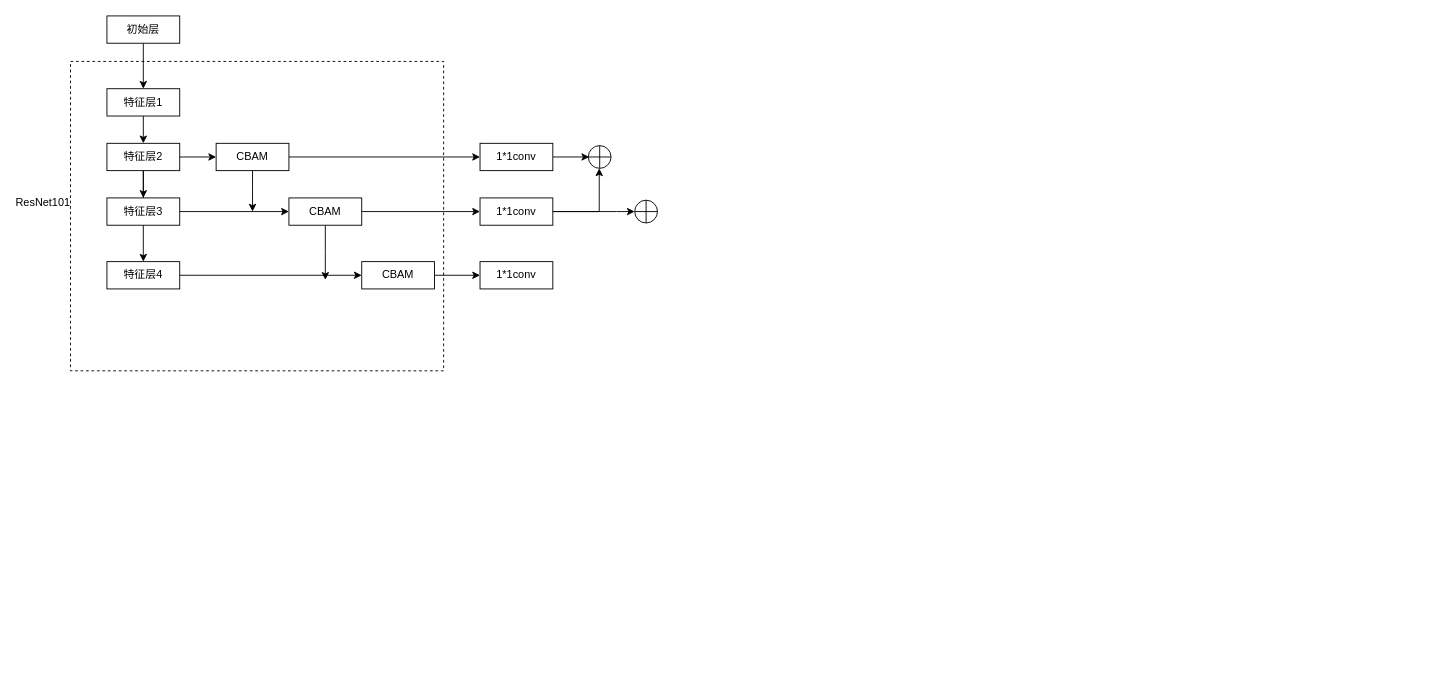
Earlier version of the draw.io diagram Untitled Diagram.drawio (mayingbo/CPlusPlusThings). Source tidied: cells renumbered, new cells numbered last; positions are measured from the earlier drawing's top-left corner, leaving out a move shared by most shapes. Both pictures are drawn from the tidied source at 91%, with x=0, y=0 at pixel (15, 15).
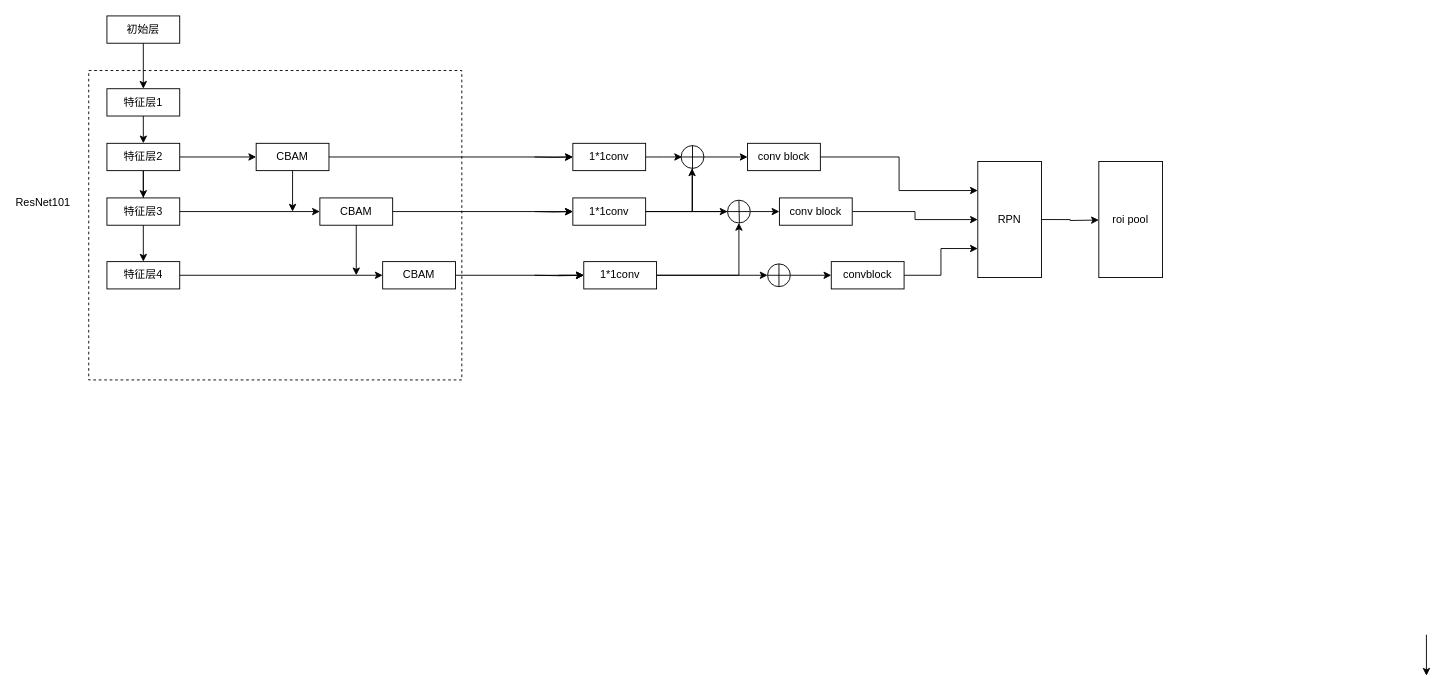
After the change.

Unchanged cells that the change refers to:
```xml
<mxCell id="12" value="特征层3" style="rounded=0;whiteSpace=wrap;html=1;" parent="1" vertex="1">
  <mxGeometry x="100" y="200" width="80" height="30" as="geometry" />
</mxCell>
```

Change to the diagram source:
```diff
@@
     <mxCell id="2" style="rounded=0;whiteSpace=wrap;html=1;dashed=1;" parent="1" vertex="1">
-      <mxGeometry x="60" y="50" width="410" height="340" as="geometry" />
+      <mxGeometry x="80" y="60" width="410" height="340" as="geometry" />
     </mxCell>
@@
-    <mxCell id="11" style="edgeStyle=orthogonalEdgeStyle;rounded=0;jettySize=auto;html=1;exitX=1;exitY=0.5;exitDx=0;exitDy=0;entryX=0;entryY=0.5;entryDx=0;entryDy=0;" parent="1" edge="1" source="12" target="21">
+    <mxCell id="11" style="edgeStyle=orthogonalEdgeStyle;rounded=0;sketch=0;jettySize=auto;html=1;exitX=1;exitY=0.5;exitDx=0;exitDy=0;entryX=0;entryY=0.5;entryDx=0;entryDy=0;shadow=0;startArrow=none;startFill=0;endArrow=classic;endFill=1;strokeColor=default;" parent="1" edge="1" source="12" target="21">
       <mxGeometry relative="1" as="geometry" />
     </mxCell>
@@
-    <mxCell id="16" style="edgeStyle=orthogonalEdgeStyle;rounded=0;jettySize=auto;html=1;exitX=0.5;exitY=1;exitDx=0;exitDy=0;" parent="1" edge="1" source="18">
-      <mxGeometry relative="1" as="geometry">
-        <mxPoint x="260" y="215" as="targetPoint" />
-      </mxGeometry>
-    </mxCell>
-    <mxCell id="17" style="edgeStyle=orthogonalEdgeStyle;rounded=0;jettySize=auto;html=1;exitX=1;exitY=0.5;exitDx=0;exitDy=0;entryX=0;entryY=0.5;entryDx=0;entryDy=0;" parent="1" edge="1" source="18" target="25">
-      <mxGeometry relative="1" as="geometry" />
+    <mxCell id="17" style="edgeStyle=orthogonalEdgeStyle;rounded=0;jettySize=auto;html=1;exitX=1;exitY=0.5;exitDx=0;exitDy=0;entryX=0;entryY=0.5;entryDx=0;entryDy=0;startArrow=none;" parent="1" edge="1" target="25">
+      <mxGeometry relative="1" as="geometry">
+        <mxPoint x="570" y="155" as="sourcePoint" />
+      </mxGeometry>
     </mxCell>
     <mxCell id="18" value="CBAM" style="rounded=0;whiteSpace=wrap;html=1;" parent="1" vertex="1">
-      <mxGeometry x="220" y="140" width="80" height="30" as="geometry" />
+      <mxGeometry x="264" y="140" width="80" height="30" as="geometry" />
     </mxCell>
-    <mxCell id="19" style="edgeStyle=orthogonalEdgeStyle;rounded=0;jettySize=auto;html=1;exitX=0.5;exitY=1;exitDx=0;exitDy=0;" parent="1" edge="1" source="21">
-      <mxGeometry relative="1" as="geometry">
-        <mxPoint x="340" y="290" as="targetPoint" />
-      </mxGeometry>
-    </mxCell>
-    <mxCell id="20" style="edgeStyle=orthogonalEdgeStyle;rounded=0;jettySize=auto;html=1;exitX=1;exitY=0.5;exitDx=0;exitDy=0;entryX=0;entryY=0.5;entryDx=0;entryDy=0;" parent="1" edge="1" source="21" target="27">
-      <mxGeometry relative="1" as="geometry" />
+    <mxCell id="20" style="edgeStyle=orthogonalEdgeStyle;rounded=0;jettySize=auto;html=1;exitX=1;exitY=0.5;exitDx=0;exitDy=0;entryX=0;entryY=0.5;entryDx=0;entryDy=0;startArrow=none;" parent="1" edge="1" target="27">
+      <mxGeometry relative="1" as="geometry">
+        <mxPoint x="570" y="215" as="sourcePoint" />
+      </mxGeometry>
     </mxCell>
     <mxCell id="21" value="CBAM" style="rounded=0;whiteSpace=wrap;html=1;" parent="1" vertex="1">
-      <mxGeometry x="300" y="200" width="80" height="30" as="geometry" />
+      <mxGeometry x="334" y="200" width="80" height="30" as="geometry" />
     </mxCell>
-    <mxCell id="22" style="edgeStyle=orthogonalEdgeStyle;rounded=0;jettySize=auto;html=1;exitX=1;exitY=0.5;exitDx=0;exitDy=0;entryX=0;entryY=0.5;entryDx=0;entryDy=0;" parent="1" edge="1" source="23" target="28">
-      <mxGeometry relative="1" as="geometry" />
+    <mxCell id="22" style="edgeStyle=orthogonalEdgeStyle;rounded=0;jettySize=auto;html=1;exitX=1;exitY=0.5;exitDx=0;exitDy=0;entryX=0;entryY=0.5;entryDx=0;entryDy=0;" parent="1" edge="1" target="28">
+      <mxGeometry relative="1" as="geometry">
+        <mxPoint x="596" y="285" as="sourcePoint" />
+      </mxGeometry>
     </mxCell>
+    <mxCell id="36" style="edgeStyle=orthogonalEdgeStyle;rounded=0;sketch=0;jettySize=auto;html=1;exitX=1;exitY=0.5;exitDx=0;exitDy=0;entryX=0;entryY=0.5;entryDx=0;entryDy=0;shadow=0;startArrow=none;startFill=0;endArrow=classic;endFill=1;strokeColor=default;" parent="1" edge="1" target="28">
+      <mxGeometry relative="1" as="geometry">
+        <mxPoint x="570" y="285" as="sourcePoint" />
+      </mxGeometry>
+    </mxCell>
     <mxCell id="23" value="CBAM" style="rounded=0;whiteSpace=wrap;html=1;" parent="1" vertex="1">
-      <mxGeometry x="380" y="270" width="80" height="30" as="geometry" />
+      <mxGeometry x="403" y="270" width="80" height="30" as="geometry" />
     </mxCell>
     <mxCell id="24" style="edgeStyle=orthogonalEdgeStyle;rounded=0;jettySize=auto;html=1;exitX=1;exitY=0.5;exitDx=0;exitDy=0;" parent="1" edge="1" source="25">
       <mxGeometry relative="1" as="geometry">
-        <mxPoint x="630" y="155" as="targetPoint" />
+        <mxPoint x="732" y="155" as="targetPoint" />
       </mxGeometry>
     </mxCell>
     <mxCell id="25" value="1*1conv" style="rounded=0;whiteSpace=wrap;html=1;" parent="1" vertex="1">
-      <mxGeometry x="510" y="140" width="80" height="30" as="geometry" />
+      <mxGeometry x="612" y="140" width="80" height="30" as="geometry" />
     </mxCell>
     <mxCell id="26" style="edgeStyle=orthogonalEdgeStyle;rounded=0;jettySize=auto;html=1;exitX=1;exitY=0.5;exitDx=0;exitDy=0;endArrow=classic;endFill=1;strokeColor=default;" parent="1" edge="1" source="27">
       <mxGeometry relative="1" as="geometry">
-        <mxPoint x="680" y="215" as="targetPoint" />
+        <mxPoint x="782" y="215" as="targetPoint" />
         <Array as="points">
-          <mxPoint x="660" y="215" />
-          <mxPoint x="660" y="215" />
+          <mxPoint x="762" y="215" />
+          <mxPoint x="762" y="215" />
         </Array>
       </mxGeometry>
     </mxCell>
     <mxCell id="27" value="1*1conv" style="rounded=0;whiteSpace=wrap;html=1;" parent="1" vertex="1">
-      <mxGeometry x="510" y="200" width="80" height="30" as="geometry" />
+      <mxGeometry x="612" y="200" width="80" height="30" as="geometry" />
     </mxCell>
+    <mxCell id="37" style="edgeStyle=orthogonalEdgeStyle;rounded=0;sketch=0;jettySize=auto;html=1;exitX=1;exitY=0.5;exitDx=0;exitDy=0;entryX=0.5;entryY=1;entryDx=0;entryDy=0;shadow=0;startArrow=none;startFill=0;endArrow=classic;endFill=1;strokeColor=default;" parent="1" edge="1" source="28" target="43">
+      <mxGeometry relative="1" as="geometry" />
+    </mxCell>
     <mxCell id="28" value="1*1conv" style="rounded=0;whiteSpace=wrap;html=1;" parent="1" vertex="1">
-      <mxGeometry x="510" y="270" width="80" height="30" as="geometry" />
+      <mxGeometry x="624" y="270" width="80" height="30" as="geometry" />
     </mxCell>
+    <mxCell id="38" style="edgeStyle=orthogonalEdgeStyle;rounded=0;sketch=0;jettySize=auto;html=1;exitX=1;exitY=0.5;exitDx=0;exitDy=0;entryX=0;entryY=0.5;entryDx=0;entryDy=0;shadow=0;startArrow=none;startFill=0;endArrow=classic;endFill=1;strokeColor=default;" parent="1" edge="1" source="29" target="47">
+      <mxGeometry relative="1" as="geometry" />
+    </mxCell>
     <mxCell id="29" style="ellipse;whiteSpace=wrap;html=1;" parent="1" vertex="1">
-      <mxGeometry x="629" y="142.5" width="25" height="25" as="geometry" />
+      <mxGeometry x="731" y="142.5" width="25" height="25" as="geometry" />
     </mxCell>
@@
     <mxCell id="32" style="endArrow=classic;html=1;rounded=0;shadow=0;sketch=0;strokeColor=default;exitX=1;exitY=0.5;exitDx=0;exitDy=0;" parent="1" edge="1" source="27">
       <mxGeometry relative="1" as="geometry">
-        <mxPoint x="641" y="167.5" as="targetPoint" />
+        <mxPoint x="743" y="167.5" as="targetPoint" />
         <Array as="points">
-          <mxPoint x="641" y="215" />
+          <mxPoint x="743" y="215" />
         </Array>
       </mxGeometry>
     </mxCell>
+    <mxCell id="39" style="edgeStyle=orthogonalEdgeStyle;rounded=0;sketch=0;jettySize=auto;html=1;shadow=0;startArrow=none;startFill=0;endArrow=none;endFill=0;strokeColor=default;" parent="1" edge="1" source="33" target="29">
+      <mxGeometry relative="1" as="geometry" />
+    </mxCell>
+    <mxCell id="40" style="edgeStyle=orthogonalEdgeStyle;rounded=0;sketch=0;jettySize=auto;html=1;exitX=0.5;exitY=1;exitDx=0;exitDy=0;entryX=1;entryY=0.5;entryDx=0;entryDy=0;shadow=0;startArrow=classic;startFill=1;endArrow=none;endFill=0;strokeColor=default;" parent="1" edge="1" source="33" target="28">
+      <mxGeometry relative="1" as="geometry" />
+    </mxCell>
+    <mxCell id="41" style="edgeStyle=orthogonalEdgeStyle;rounded=0;sketch=0;jettySize=auto;html=1;exitX=1;exitY=0.5;exitDx=0;exitDy=0;entryX=0;entryY=0.5;entryDx=0;entryDy=0;shadow=0;startArrow=none;startFill=0;endArrow=classic;endFill=1;strokeColor=default;" parent="1" edge="1" source="33" target="49">
+      <mxGeometry relative="1" as="geometry" />
+    </mxCell>
     <mxCell id="33" style="ellipse;whiteSpace=wrap;html=1;" parent="1" vertex="1">
-      <mxGeometry x="680" y="202.5" width="25" height="25" as="geometry" />
+      <mxGeometry x="782" y="202.5" width="25" height="25" as="geometry" />
     </mxCell>
@@
-    <mxCell id="35" style="edgeStyle=orthogonalEdgeStyle;rounded=0;orthogonalLoop=1;jettySize=auto;html=1;exitX=0.5;exitY=0;exitDx=0;exitDy=0;entryX=0.5;entryY=1;entryDx=0;entryDy=0;startArrow=none;startFill=0;endArrow=none;endFill=0;strokeColor=default;" parent="1" edge="1" source="33" target="33">
-      <mxGeometry relative="1" as="geometry" />
+    <mxCell id="35" style="edgeStyle=orthogonalEdgeStyle;rounded=0;jettySize=auto;html=1;exitX=0.5;exitY=0;exitDx=0;exitDy=0;startArrow=none;startFill=0;endArrow=none;endFill=0;strokeColor=default;" parent="1" edge="1" source="33">
+      <mxGeometry relative="1" as="geometry">
+        <mxPoint x="795" y="228" as="targetPoint" />
+        <Array as="points">
+          <mxPoint x="795" y="203" />
+          <mxPoint x="795" y="203" />
+        </Array>
+      </mxGeometry>
     </mxCell>
+    <mxCell id="42" style="edgeStyle=orthogonalEdgeStyle;rounded=0;sketch=0;jettySize=auto;html=1;exitX=0.5;exitY=0;exitDx=0;exitDy=0;entryX=0;entryY=0.5;entryDx=0;entryDy=0;shadow=0;startArrow=none;startFill=0;endArrow=classic;endFill=1;strokeColor=default;" parent="1" edge="1" source="43" target="51">
+      <mxGeometry relative="1" as="geometry" />
+    </mxCell>
+    <mxCell id="43" style="ellipse;whiteSpace=wrap;html=1;direction=south;" parent="1" vertex="1">
+      <mxGeometry x="826" y="272.5" width="25" height="25" as="geometry" />
+    </mxCell>
+    <mxCell id="44" style="edgeStyle=orthogonalEdgeStyle;rounded=0;orthogonalLoop=1;jettySize=auto;html=1;exitX=0;exitY=0.5;exitDx=0;exitDy=0;entryX=1;entryY=0.5;entryDx=0;entryDy=0;strokeColor=default;endArrow=none;endFill=0;" parent="1" edge="1" source="43" target="43">
+      <mxGeometry relative="1" as="geometry" />
+    </mxCell>
+    <mxCell id="45" style="edgeStyle=orthogonalEdgeStyle;rounded=0;sketch=0;orthogonalLoop=1;jettySize=auto;html=1;exitX=0.5;exitY=1;exitDx=0;exitDy=0;entryX=0.5;entryY=0;entryDx=0;entryDy=0;shadow=0;startArrow=none;startFill=0;endArrow=none;endFill=0;strokeColor=default;" parent="1" edge="1" source="43" target="43">
+      <mxGeometry relative="1" as="geometry" />
+    </mxCell>
+    <mxCell id="46" style="edgeStyle=orthogonalEdgeStyle;rounded=0;sketch=0;jettySize=auto;html=1;exitX=1;exitY=0.5;exitDx=0;exitDy=0;entryX=0;entryY=0.25;entryDx=0;entryDy=0;shadow=0;startArrow=none;startFill=0;endArrow=classic;endFill=1;strokeColor=default;" parent="1" edge="1" source="47" target="61">
+      <mxGeometry relative="1" as="geometry" />
+    </mxCell>
+    <mxCell id="47" value="conv block" style="rounded=0;whiteSpace=wrap;html=1;" parent="1" vertex="1">
+      <mxGeometry x="804" y="140" width="80" height="30" as="geometry" />
+    </mxCell>
+    <mxCell id="48" style="edgeStyle=orthogonalEdgeStyle;rounded=0;sketch=0;jettySize=auto;html=1;exitX=1;exitY=0.5;exitDx=0;exitDy=0;shadow=0;startArrow=none;startFill=0;endArrow=classic;endFill=1;strokeColor=default;" parent="1" edge="1" source="49" target="61">
+      <mxGeometry relative="1" as="geometry" />
+    </mxCell>
+    <mxCell id="49" value="conv block" style="rounded=0;whiteSpace=wrap;html=1;" parent="1" vertex="1">
+      <mxGeometry x="839" y="200" width="80" height="30" as="geometry" />
+    </mxCell>
+    <mxCell id="50" style="edgeStyle=orthogonalEdgeStyle;rounded=0;sketch=0;jettySize=auto;html=1;exitX=1;exitY=0.5;exitDx=0;exitDy=0;entryX=0;entryY=0.75;entryDx=0;entryDy=0;shadow=0;startArrow=none;startFill=0;endArrow=classic;endFill=1;strokeColor=default;" parent="1" edge="1" source="51" target="61">
+      <mxGeometry relative="1" as="geometry" />
+    </mxCell>
+    <mxCell id="51" value="convblock" style="rounded=0;whiteSpace=wrap;html=1;" parent="1" vertex="1">
+      <mxGeometry x="896" y="270" width="80" height="30" as="geometry" />
+    </mxCell>
+    <mxCell id="52" style="rounded=0;whiteSpace=wrap;html=1;" parent="1" vertex="1">
+      <mxGeometry x="220" y="331" height="20" as="geometry" />
+    </mxCell>
+    <mxCell id="53" style="edgeStyle=orthogonalEdgeStyle;rounded=0;sketch=0;jettySize=auto;html=1;exitX=0.5;exitY=1;exitDx=0;exitDy=0;shadow=0;startArrow=none;startFill=0;endArrow=classic;endFill=1;strokeColor=default;" parent="1" edge="1" target="54">
+      <mxGeometry relative="1" as="geometry">
+        <mxPoint x="1550" y="680" as="sourcePoint" />
+      </mxGeometry>
+    </mxCell>
+    <mxCell id="54" style="rounded=0;whiteSpace=wrap;html=1;" parent="1" vertex="1">
+      <mxGeometry x="1550" y="725" height="5" as="geometry" />
+    </mxCell>
+    <mxCell id="55" style="endArrow=classic;html=1;rounded=0;shadow=0;sketch=0;strokeColor=default;exitX=0.5;exitY=1;exitDx=0;exitDy=0;startArrow=none;startFill=0;endFill=1;entryX=0.5;entryY=1;entryDx=0;entryDy=0;" parent="1" edge="1" source="18">
+      <mxGeometry relative="1" as="geometry">
+        <mxPoint x="304" y="215" as="targetPoint" />
+      </mxGeometry>
+    </mxCell>
+    <mxCell id="56" style="endArrow=classic;html=1;rounded=0;shadow=0;sketch=0;strokeColor=default;exitX=0.5;exitY=1;exitDx=0;exitDy=0;startArrow=none;startFill=0;endFill=1;" parent="1" edge="1">
+      <mxGeometry relative="1" as="geometry">
+        <mxPoint x="374" y="230" as="sourcePoint" />
+        <mxPoint x="374" y="285" as="targetPoint" />
+      </mxGeometry>
+    </mxCell>
+    <mxCell id="57" style="edgeStyle=orthogonalEdgeStyle;rounded=0;jettySize=auto;html=1;exitX=1;exitY=0.5;exitDx=0;exitDy=0;entryX=0;entryY=0.5;entryDx=0;entryDy=0;endArrow=classic;endFill=1;" parent="1" edge="1" source="18" target="25">
+      <mxGeometry relative="1" as="geometry" />
+    </mxCell>
+    <mxCell id="58" style="edgeStyle=orthogonalEdgeStyle;rounded=0;jettySize=auto;html=1;exitX=1;exitY=0.5;exitDx=0;exitDy=0;endArrow=classic;endFill=1;entryX=0;entryY=0.5;entryDx=0;entryDy=0;" parent="1" edge="1" source="21" target="27">
+      <mxGeometry relative="1" as="geometry" />
+    </mxCell>
+    <mxCell id="59" style="edgeStyle=orthogonalEdgeStyle;rounded=0;sketch=0;jettySize=auto;html=1;exitX=1;exitY=0.5;exitDx=0;exitDy=0;entryX=0;entryY=0.5;entryDx=0;entryDy=0;shadow=0;startArrow=none;startFill=0;endArrow=classic;endFill=1;strokeColor=default;" parent="1" edge="1" source="23" target="28">
+      <mxGeometry relative="1" as="geometry" />
+    </mxCell>
+    <mxCell id="60" style="edgeStyle=orthogonalEdgeStyle;rounded=0;sketch=0;jettySize=auto;html=1;exitX=1;exitY=0.5;exitDx=0;exitDy=0;shadow=0;startArrow=none;startFill=0;endArrow=classic;endFill=1;strokeColor=default;" parent="1" edge="1" source="61">
+      <mxGeometry relative="1" as="geometry">
+        <mxPoint x="1190" y="224.3" as="targetPoint" />
+      </mxGeometry>
+    </mxCell>
+    <mxCell id="61" value="RPN" style="rounded=0;whiteSpace=wrap;html=1;" parent="1" vertex="1">
+      <mxGeometry x="1057" y="160" width="70" height="127.5" as="geometry" />
+    </mxCell>
+    <mxCell id="62" value="roi pool" style="rounded=0;whiteSpace=wrap;html=1;" parent="1" vertex="1">
+      <mxGeometry x="1190" y="160" width="70" height="127.5" as="geometry" />
+    </mxCell>
```
